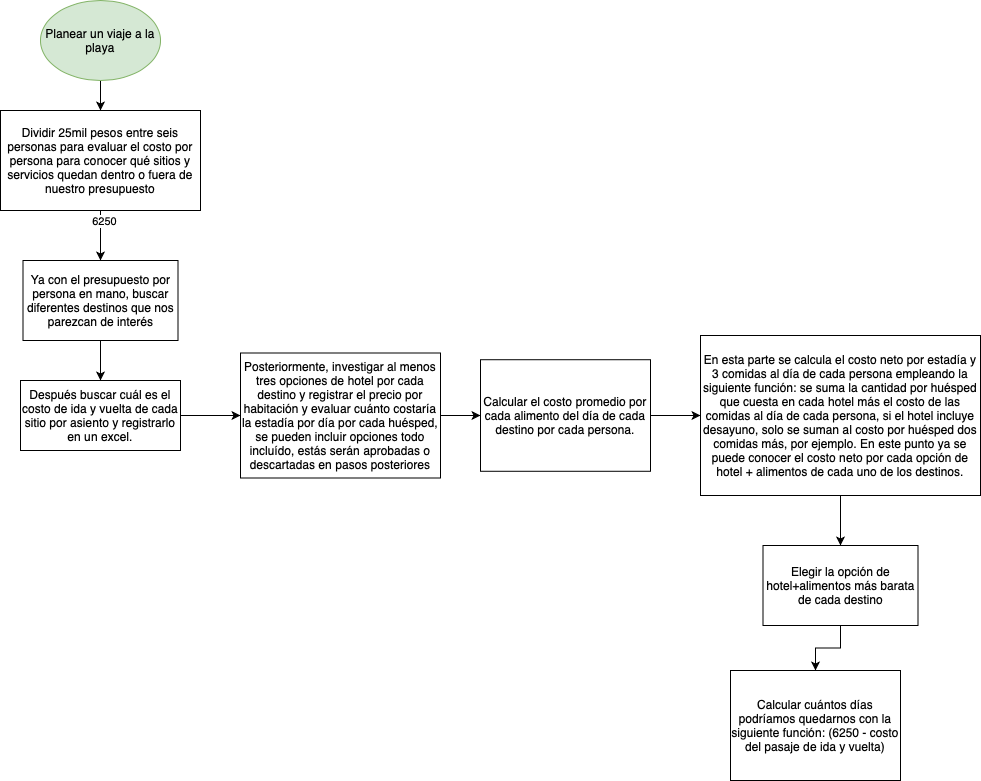
Above: travelBeach.png in missphoneme/ejercicios-kodemia (draw.io), before the change. Source tidied: cells renumbered, new cells last; positions are measured from the earlier drawing's top-left corner, leaving out a move shared by most shapes.
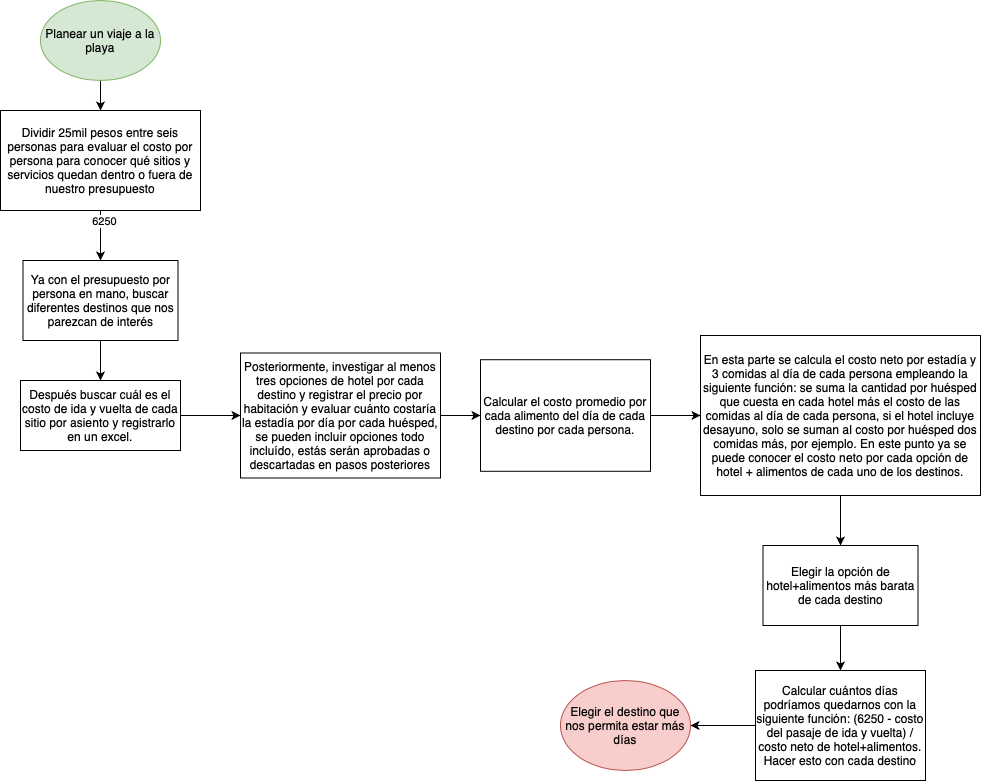
After the change.

What changed in the source:
```diff
@@ -53,8 +53,14 @@
     <mxCell id="18" value="Elegir la opción de hotel+alimentos más barata de cada destino" style="whiteSpace=wrap;html=1;rounded=0;" parent="1" vertex="1">
       <mxGeometry x="762.5" y="545" width="155" height="80" as="geometry" />
     </mxCell>
+    <mxCell id="20" style="edgeStyle=orthogonalEdgeStyle;rounded=0;jettySize=auto;html=1;entryX=1;entryY=0.5;entryDx=0;entryDy=0;" parent="1" edge="1" source="19" target="21">
+      <mxGeometry relative="1" as="geometry" />
+    </mxCell>
-    <mxCell id="19" value="Calcular cuántos días podríamos quedarnos con la siguiente función: (6250 - costo del pasaje de ida y vuelta)" style="whiteSpace=wrap;html=1;rounded=0;" parent="1" vertex="1">
-      <mxGeometry x="730" y="670" width="170" height="110" as="geometry" />
+    <mxCell id="19" value="Calcular cuántos días podríamos quedarnos con la siguiente función: (6250 - costo del pasaje de ida y vuelta) / costo neto de hotel+alimentos. Hacer esto con cada destino" style="whiteSpace=wrap;html=1;rounded=0;" parent="1" vertex="1">
+      <mxGeometry x="755" y="670" width="170" height="110" as="geometry" />
     </mxCell>
+    <mxCell id="21" value="Elegir el destino que nos permita estar más días" style="ellipse;whiteSpace=wrap;html=1;fillColor=#f8cecc;strokeColor=#b85450;" parent="1" vertex="1">
+      <mxGeometry x="560" y="680" width="130" height="90" as="geometry" />
+    </mxCell>
   </root>
 </mxGraphModel>
```
